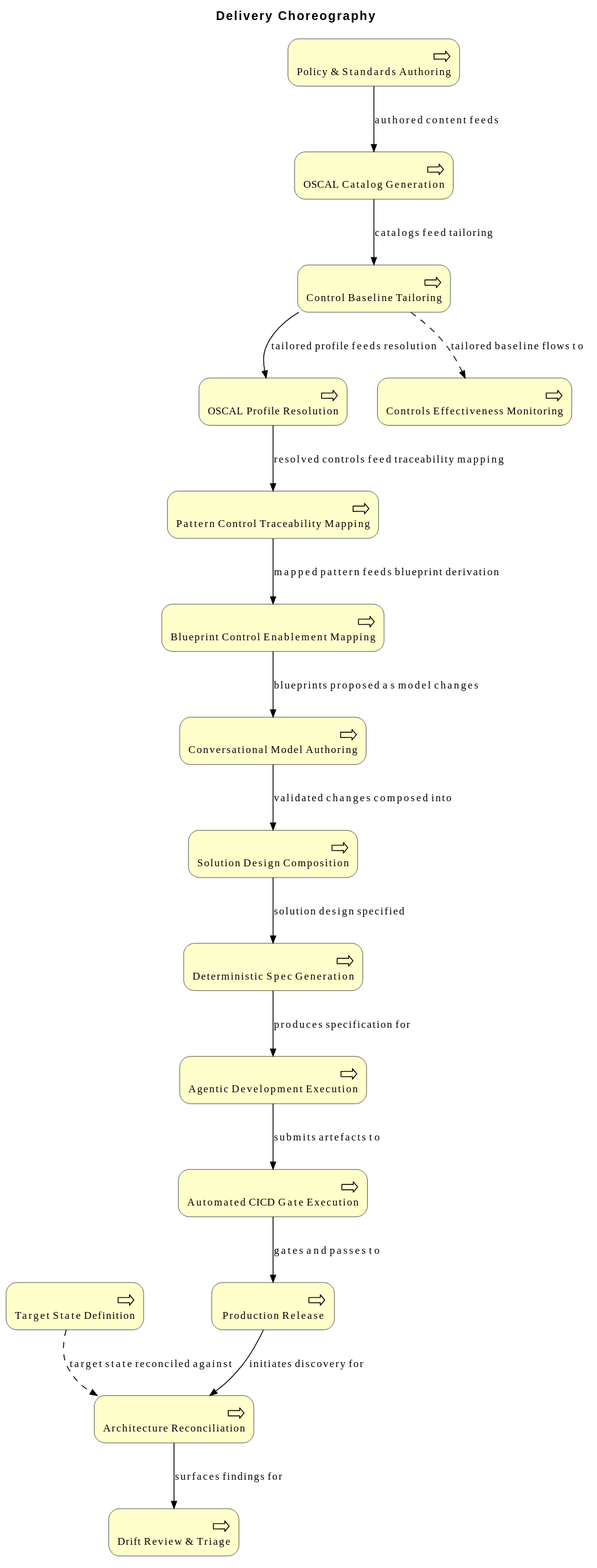
This is architecture/model/diagrams/business/delivery.svg from wolffy-au/frictionless-architect, a PlantUML export, as it was before one commit.
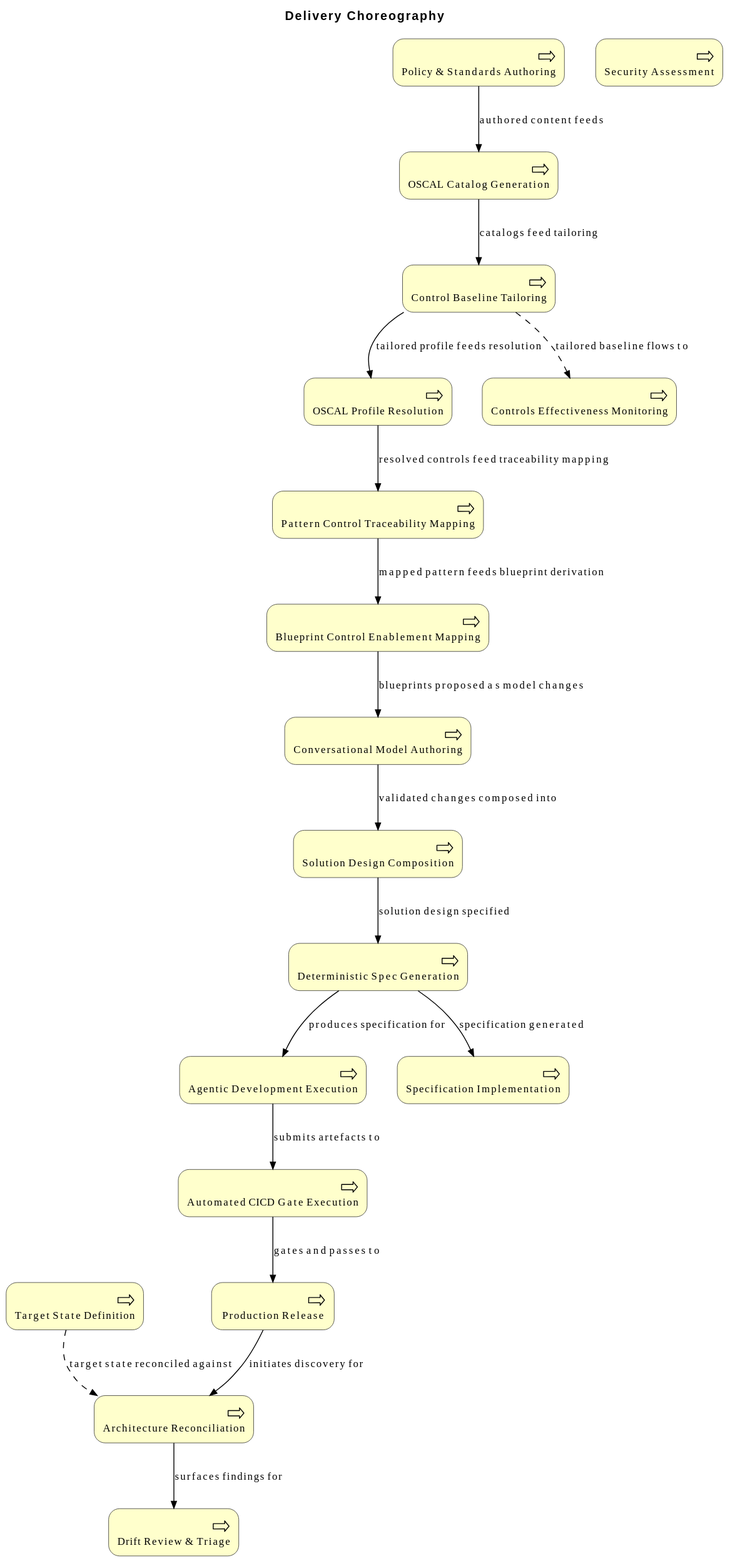
The same file after the commit.

Change to the diagram source:
```diff
@@ -12,6 +12,8 @@
 Business_Process(e_id395c9c2923aa56, "Target State Definition")
 Business_Process(e_id5959dd7c3bbe59, "Conversational Model Authoring")
 Business_Process(e_id4991c823f6d55b, "Solution Design Composition")
+Business_Process(e_idbbfbc45c295253, "Security Assessment")
+Business_Process(e_idba4ef821169f5d, "Specification Implementation")
 Business_Process(e_id14fa9f783d5350, "Policy & Standards Authoring")
 Business_Process(e_idfeca8b2013795e, "OSCAL Catalog Generation")
 Business_Process(e_id5bcc1abc98d154, "Control Baseline Tailoring")
@@ -35,4 +37,5 @@
 Rel_Triggering(e_id5959dd7c3bbe59, e_id4991c823f6d55b, "validated changes composed into")
 Rel_Triggering(e_id4991c823f6d55b, e_id65467a0befb959, "solution design specified")
 Rel_Flow(e_id395c9c2923aa56, e_id3a7a27eefeb751, "target state reconciled against")
+Rel_Triggering(e_id65467a0befb959, e_idba4ef821169f5d, "specification generated")
 @enduml
```
